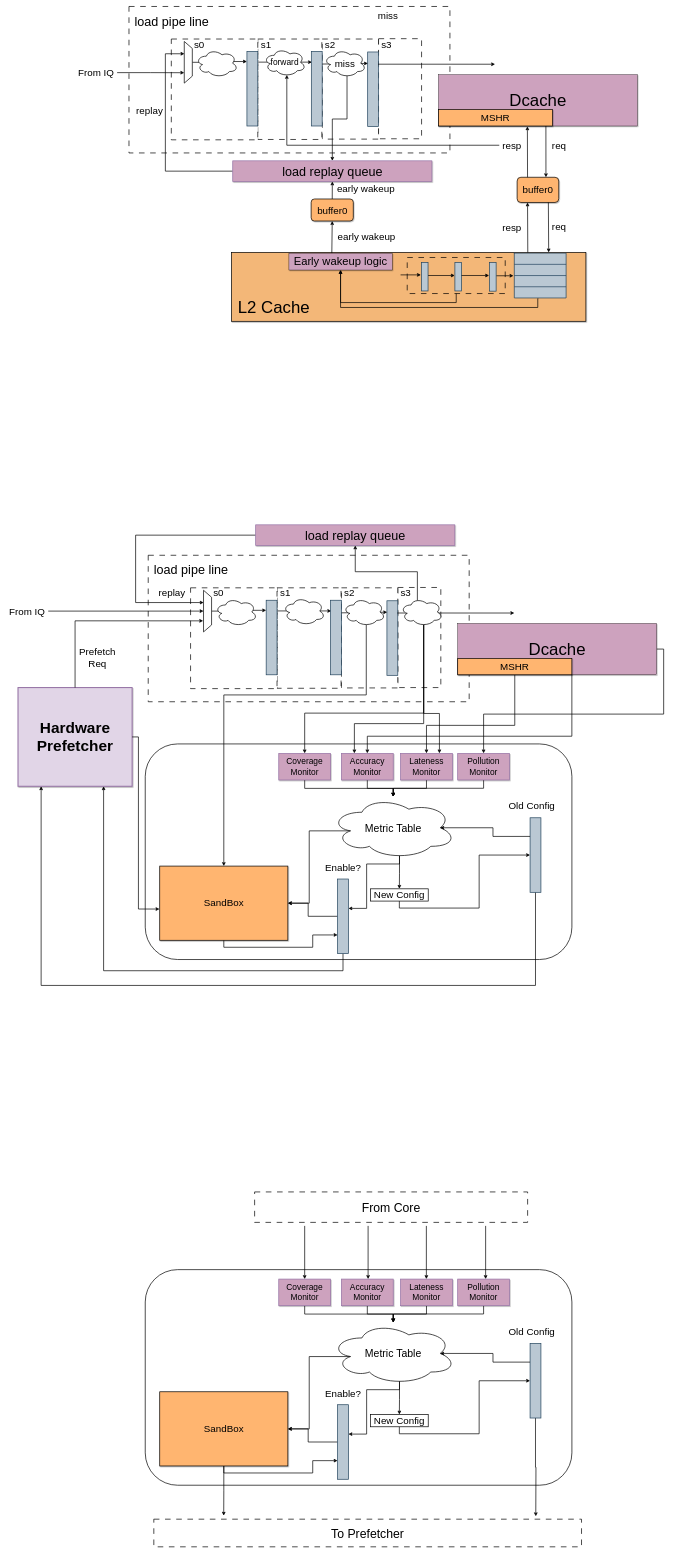
The draw.io diagram page "第 1 页" (1 of 4) of l1_miss_l2_hit_pipeline (2).drawio in happy-lx/drawio, before the edit. Source tidied: cells renumbered, new cells numbered last; positions are measured from the earlier drawing's top-left corner, leaving out a move shared by most shapes. Both pictures are drawn from the tidied source at 35%, with x=0, y=0 at pixel (6, 6).
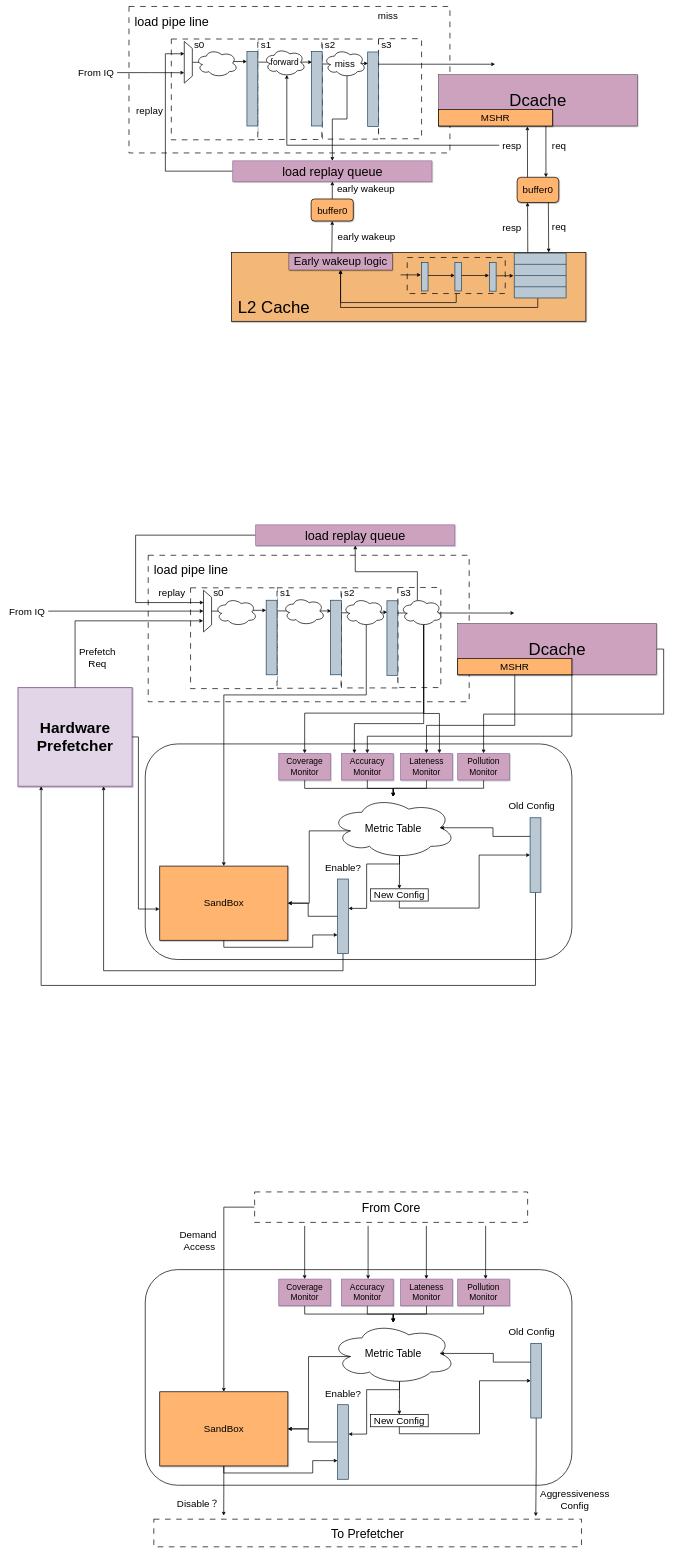
The same diagram, later.

Unchanged cells that the change refers to:
```xml
<mxCell id="148" value="&lt;font style=&quot;font-size: 30px;&quot;&gt;Metric Table&lt;/font&gt;" style="ellipse;shape=cloud;whiteSpace=wrap;html=1;strokeWidth=2;" parent="1" vertex="1">
  <mxGeometry x="927" y="3760" width="358" height="177" as="geometry" />
</mxCell>
<mxCell id="153" value="&lt;font style=&quot;font-size: 28px;&quot;&gt;SandBox&lt;/font&gt;" style="rounded=0;whiteSpace=wrap;html=1;strokeWidth=2;fillColor=#ffb570;shadow=1;" parent="1" vertex="1">
  <mxGeometry x="438.9" y="3958" width="366.1" height="212" as="geometry" />
</mxCell>
<mxCell id="167" value="&lt;font style=&quot;font-size: 35px;&quot;&gt;From Core&lt;/font&gt;" style="rounded=0;whiteSpace=wrap;html=1;strokeColor=default;strokeWidth=2;dashed=1;dashPattern=8 8;" parent="1" vertex="1">
  <mxGeometry x="710" y="3387" width="780" height="87" as="geometry" />
</mxCell>
```

Diff of the diagram source:
```diff
@@
     <mxCell id="146" style="edgeStyle=orthogonalEdgeStyle;rounded=0;jettySize=auto;html=1;exitX=0.16;exitY=0.55;exitDx=0;exitDy=0;exitPerimeter=0;entryX=1;entryY=0.5;entryDx=0;entryDy=0;strokeWidth=2;" parent="1" edge="1" source="148" target="153">
-      <mxGeometry relative="1" as="geometry" />
+      <mxGeometry relative="1" as="geometry">
+        <Array as="points">
+          <mxPoint x="864" y="3857" />
+          <mxPoint x="864" y="4064" />
+        </Array>
+      </mxGeometry>
     </mxCell>
@@
     <mxCell id="156" style="rounded=0;whiteSpace=wrap;html=1;fillColor=#bac8d3;strokeColor=#23445d;strokeWidth=2;" parent="1" vertex="1">
-      <mxGeometry x="1497" y="3820" width="31" height="213" as="geometry" />
+      <mxGeometry x="1499" y="3820" width="31" height="213" as="geometry" />
     </mxCell>
@@
+    <mxCell id="168" style="edgeStyle=orthogonalEdgeStyle;rounded=0;jettySize=auto;html=1;exitX=0;exitY=0.5;exitDx=0;exitDy=0;entryX=0.5;entryY=0;entryDx=0;entryDy=0;strokeWidth=2;" parent="1" edge="1" source="167" target="153">
+      <mxGeometry relative="1" as="geometry" />
+    </mxCell>
@@
+    <mxCell id="169" value="&lt;font style=&quot;font-size: 28px;&quot;&gt;Aggressiveness Config&lt;/font&gt;" style="rounded=0;whiteSpace=wrap;html=1;strokeColor=none;strokeWidth=2;fillColor=none;" parent="1" vertex="1">
+      <mxGeometry x="1524" y="4236" width="202" height="60" as="geometry" />
+    </mxCell>
+    <mxCell id="170" value="&lt;font style=&quot;font-size: 28px;&quot;&gt;Disable？&lt;/font&gt;" style="rounded=0;whiteSpace=wrap;html=1;strokeColor=none;strokeWidth=2;fillColor=none;" parent="1" vertex="1">
+      <mxGeometry x="448" y="4248" width="202" height="60" as="geometry" />
+    </mxCell>
+    <mxCell id="171" value="&lt;font style=&quot;font-size: 28px;&quot;&gt;Demand&amp;nbsp;&lt;/font&gt;&lt;div&gt;&lt;font style=&quot;font-size: 28px;&quot;&gt;Access&lt;/font&gt;&lt;/div&gt;" style="rounded=0;whiteSpace=wrap;html=1;strokeColor=none;strokeWidth=2;fillColor=none;" parent="1" vertex="1">
+      <mxGeometry x="447.5" y="3492" width="209" height="65" as="geometry" />
+    </mxCell>
```
